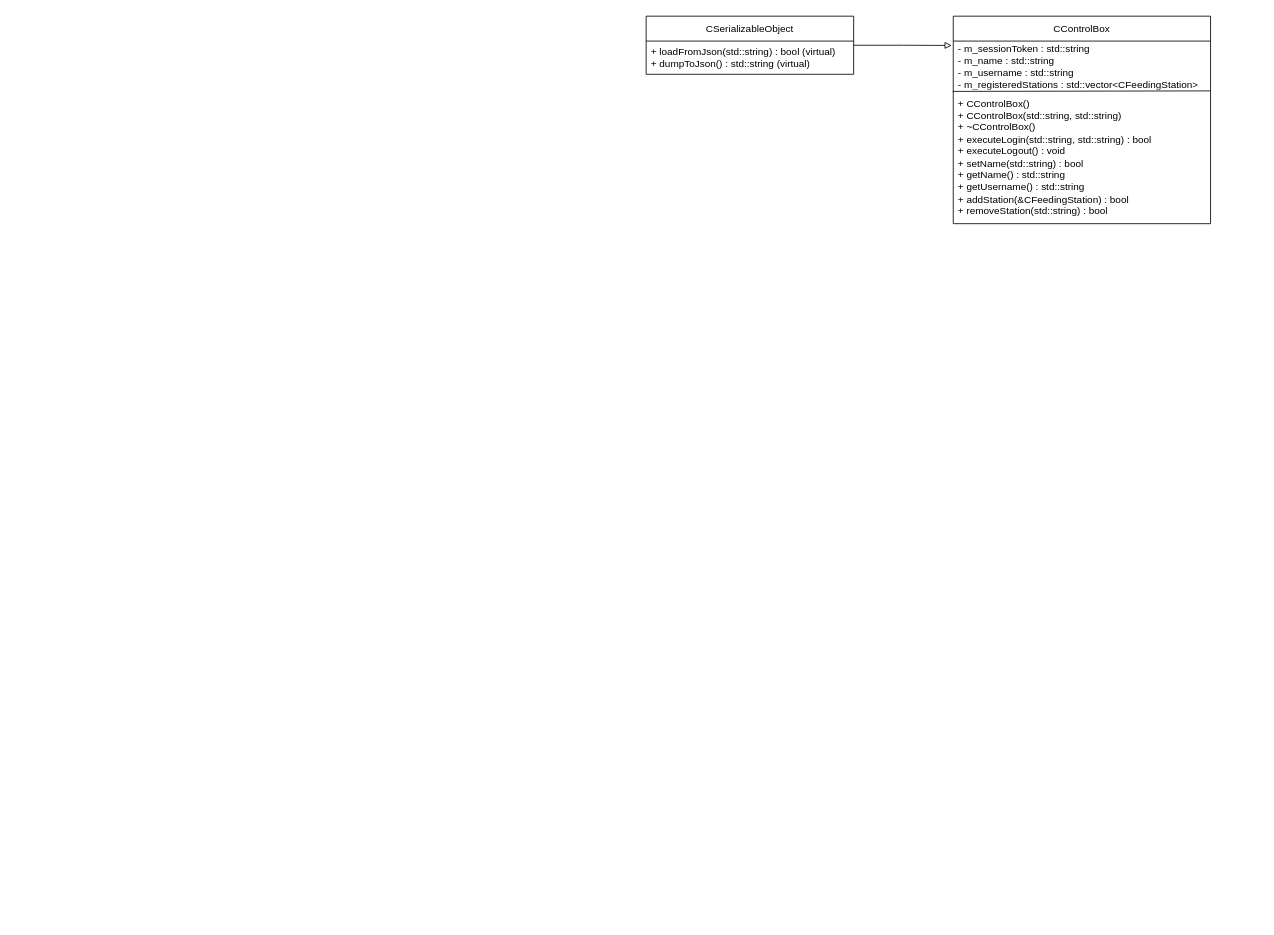
Before: page "Page-1" (1 of 3) of Spec/ClassDiagram.drawio in Ner027/MooFeeder, a draw.io diagram. Source tidied: cells renumbered, new cells numbered last; positions are measured from the earlier drawing's top-left corner, leaving out a move shared by most shapes. Both pictures are drawn from the tidied source at 83%, with x=0, y=0 at pixel (646, 16).
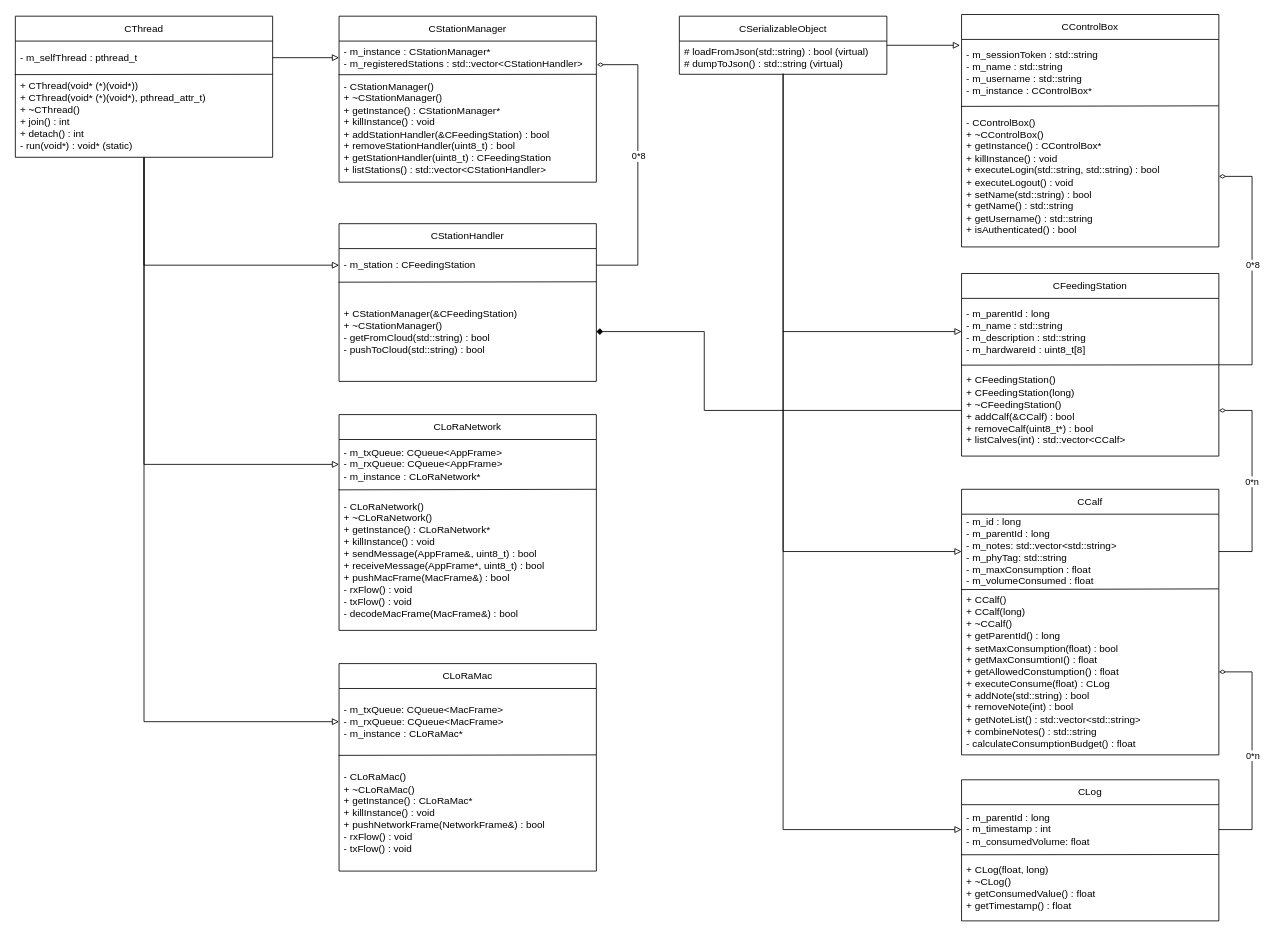
Above is the later version.

Change to the diagram source:
```diff
@@
+    <mxCell id="9" style="edgeStyle=orthogonalEdgeStyle;rounded=0;jettySize=auto;html=1;entryX=0;entryY=0.5;entryDx=0;entryDy=0;endArrow=block;endFill=0;" parent="1" edge="1" target="22">
+      <mxGeometry relative="1" as="geometry">
+        <mxPoint x="165" y="69" as="sourcePoint" />
+        <Array as="points">
+          <mxPoint x="165" y="980" />
+        </Array>
+      </mxGeometry>
+    </mxCell>
+    <mxCell id="10" style="edgeStyle=orthogonalEdgeStyle;rounded=0;jettySize=auto;html=1;endArrow=block;endFill=0;entryX=0;entryY=0.5;entryDx=0;entryDy=0;" parent="1" edge="1" source="2" target="18">
+      <mxGeometry relative="1" as="geometry" />
+    </mxCell>
     <mxCell id="2" value="CSerializableObject" style="swimlane;fontStyle=0;horizontal=1;startSize=30;whiteSpace=wrap;html=1;" parent="1" vertex="1">
-      <mxGeometry width="250" height="70" as="geometry" />
+      <mxGeometry x="40" width="250" height="70" as="geometry" />
     </mxCell>
-    <mxCell id="3" value="+ loadFromJson(std::string) : bool (virtual)&lt;br&gt;+ dumpToJson() : std::string (virtual)" style="text;strokeColor=none;fillColor=none;align=left;verticalAlign=middle;spacingLeft=4;spacingRight=4;overflow=hidden;whiteSpace=wrap;html=1;" parent="2" vertex="1">
+    <mxCell id="3" value="# loadFromJson(std::string) : bool (virtual)&lt;br&gt;# dumpToJson() : std::string (virtual)" style="text;strokeColor=none;fillColor=none;align=left;verticalAlign=middle;spacingLeft=4;spacingRight=4;overflow=hidden;whiteSpace=wrap;html=1;" parent="2" vertex="1">
       <mxGeometry y="30" width="250" height="40" as="geometry" />
     </mxCell>
     <mxCell id="4" value="CControlBox" style="swimlane;fontStyle=0;horizontal=1;startSize=30;whiteSpace=wrap;html=1;" parent="1" vertex="1">
-      <mxGeometry x="370" width="310" height="250" as="geometry" />
+      <mxGeometry x="380" y="-2" width="310" height="280" as="geometry" />
     </mxCell>
-    <mxCell id="5" value="- m_sessionToken : std::string&lt;br&gt;- m_name : std::string&lt;br&gt;- m_username : std::string&lt;br&gt;- m_registeredStations : std::vector&amp;lt;CFeedingStation&amp;gt;" style="text;strokeColor=none;fillColor=none;align=left;verticalAlign=middle;spacingLeft=4;spacingRight=4;overflow=hidden;points=[[0,0.5],[1,0.5]];portConstraint=eastwest;whiteSpace=wrap;html=1;" parent="4" vertex="1">
-      <mxGeometry y="30" width="310" height="60" as="geometry" />
+    <mxCell id="5" value="- m_sessionToken : std::string&lt;br&gt;- m_name : std::string&lt;br&gt;- m_username : std::string&lt;br&gt;- m_instance : CControlBox*" style="text;strokeColor=none;fillColor=none;align=left;verticalAlign=middle;spacingLeft=4;spacingRight=4;overflow=hidden;points=[[0,0.5],[1,0.5]];portConstraint=eastwest;whiteSpace=wrap;html=1;" parent="4" vertex="1">
+      <mxGeometry y="30" width="310" height="80" as="geometry" />
     </mxCell>
-    <mxCell id="6" value="+ CControlBox()&lt;br&gt;+ CControlBox(std::string, std::string)&lt;br&gt;+ ~CControlBox()&lt;br&gt;+ executeLogin(std::string, std::string) : bool&lt;br&gt;+ executeLogout() : void&lt;br&gt;+ setName(std::string) : bool&lt;br&gt;+ getName() : std::string&lt;br&gt;+ getUsername() : std::string&lt;br&gt;+ addStation(&amp;amp;CFeedingStation) : bool&lt;br&gt;+ removeStation(std::string) : bool" style="text;strokeColor=none;fillColor=none;align=left;verticalAlign=middle;spacingLeft=4;spacingRight=4;overflow=hidden;points=[[0,0.5],[1,0.5]];portConstraint=eastwest;whiteSpace=wrap;html=1;" parent="4" vertex="1">
-      <mxGeometry y="90" width="310" height="160" as="geometry" />
+    <mxCell id="6" value="- CControlBox()&lt;br&gt;+ ~CControlBox()&lt;br&gt;+ getInstance() : CControlBox*&lt;br&gt;+ killInstance() : void&lt;br&gt;+ executeLogin(std::string, std::string) : bool&lt;br&gt;+ executeLogout() : void&lt;br&gt;+ setName(std::string) : bool&lt;br&gt;+ getName() : std::string&lt;br&gt;+ getUsername() : std::string&lt;br&gt;+ isAuthenticated() : bool" style="text;strokeColor=none;fillColor=none;align=left;verticalAlign=middle;spacingLeft=4;spacingRight=4;overflow=hidden;points=[[0,0.5],[1,0.5]];portConstraint=eastwest;whiteSpace=wrap;html=1;" parent="4" vertex="1">
+      <mxGeometry y="110" width="310" height="170" as="geometry" />
     </mxCell>
@@
+    <mxCell id="11" style="edgeStyle=orthogonalEdgeStyle;rounded=0;jettySize=auto;html=1;endArrow=diamondThin;endFill=0;" parent="1" edge="1" source="13" target="6">
+      <mxGeometry relative="1" as="geometry">
+        <Array as="points">
+          <mxPoint x="730" y="420" />
+          <mxPoint x="730" y="193" />
+        </Array>
+      </mxGeometry>
+    </mxCell>
+    <mxCell id="12" value="0*8" style="edgeLabel;html=1;align=center;verticalAlign=middle;" parent="11" vertex="1">
+      <mxGeometry x="0.12" y="-4" relative="1" as="geometry">
+        <mxPoint x="-4" y="11" as="offset" />
+      </mxGeometry>
+    </mxCell>
+    <mxCell id="13" value="CFeedingStation" style="swimlane;fontStyle=0;horizontal=1;startSize=30;whiteSpace=wrap;html=1;" parent="1" vertex="1">
+      <mxGeometry x="380" y="310" width="310" height="220" as="geometry" />
+    </mxCell>
+    <mxCell id="14" value="- m_parentId : long&lt;br&gt;- m_name : std::string&lt;br&gt;- m_description : std::string&lt;br&gt;- m_hardwareId : uint8_t[8]" style="text;strokeColor=none;fillColor=none;align=left;verticalAlign=middle;spacingLeft=4;spacingRight=4;overflow=hidden;points=[[0,0.5],[1,0.5]];portConstraint=eastwest;whiteSpace=wrap;html=1;" parent="13" vertex="1">
+      <mxGeometry y="30" width="310" height="80" as="geometry" />
+    </mxCell>
+    <mxCell id="15" style="endArrow=none;html=1;rounded=0;exitX=-0.002;exitY=0.004;exitDx=0;exitDy=0;exitPerimeter=0;entryX=0.999;entryY=0;entryDx=0;entryDy=0;entryPerimeter=0;" parent="13" edge="1" source="16" target="16">
+      <mxGeometry relative="1" as="geometry" />
+    </mxCell>
+    <mxCell id="16" value="+ CFeedingStation()&lt;br&gt;+ CFeedingStation(long)&lt;br style=&quot;border-color: var(--border-color);&quot;&gt;+ ~CFeedingStation()&lt;br&gt;+ addCalf(&amp;amp;CCalf) : bool&lt;br&gt;+ removeCalf(uint8_t*) : bool&lt;br&gt;+ listCalves(int) : std::vector&amp;lt;CCalf&amp;gt;" style="text;strokeColor=none;fillColor=none;align=left;verticalAlign=middle;spacingLeft=4;spacingRight=4;overflow=hidden;points=[[0,0.5],[1,0.5]];portConstraint=eastwest;whiteSpace=wrap;html=1;" parent="13" vertex="1">
+      <mxGeometry y="110" width="310" height="110" as="geometry" />
+    </mxCell>
+    <mxCell id="17" value="CCalf" style="swimlane;fontStyle=0;horizontal=1;startSize=30;whiteSpace=wrap;html=1;" parent="1" vertex="1">
+      <mxGeometry x="380" y="570" width="310" height="320" as="geometry" />
+    </mxCell>
+    <mxCell id="18" value="- m_id : long&lt;br&gt;- m_parentId : long&lt;br&gt;- m_notes: std::vector&amp;lt;std::string&amp;gt;&lt;br&gt;- m_phyTag: std::string&lt;br&gt;- m_maxConsumption : float&lt;br&gt;- m_volumeConsumed : float" style="text;strokeColor=none;fillColor=none;align=left;verticalAlign=middle;spacingLeft=4;spacingRight=4;overflow=hidden;points=[[0,0.5],[1,0.5]];portConstraint=eastwest;whiteSpace=wrap;html=1;" parent="17" vertex="1">
+      <mxGeometry y="30" width="310" height="90" as="geometry" />
+    </mxCell>
+    <mxCell id="19" value="+ CCalf()&lt;br&gt;+ CCalf(long)&lt;br style=&quot;border-color: var(--border-color);&quot;&gt;+ ~CCalf()&lt;br&gt;+ getParentId() : long&lt;br&gt;+ setMaxConsumption(float) : bool&lt;br&gt;+ getMaxConsumtionI() : float&lt;br&gt;+ getAllowedConstumption() : float&lt;br&gt;+ executeConsume(float) : CLog&amp;nbsp;&lt;br&gt;+ addNote(std::string) : bool&lt;br&gt;+ removeNote(int) : bool&lt;br&gt;+ getNoteList() : std::vector&amp;lt;std::string&amp;gt;&lt;br&gt;+ combineNotes() : std::string&lt;br&gt;- calculateConsumptionBudget() : float" style="text;strokeColor=none;fillColor=none;align=left;verticalAlign=middle;spacingLeft=4;spacingRight=4;overflow=hidden;points=[[0,0.5],[1,0.5]];portConstraint=eastwest;whiteSpace=wrap;html=1;" parent="17" vertex="1">
+      <mxGeometry y="120" width="310" height="200" as="geometry" />
+    </mxCell>
+    <mxCell id="20" style="endArrow=none;html=1;rounded=0;exitX=-0.002;exitY=0.004;exitDx=0;exitDy=0;exitPerimeter=0;entryX=0.999;entryY=0;entryDx=0;entryDy=0;entryPerimeter=0;" parent="17" edge="1" source="19" target="19">
+      <mxGeometry relative="1" as="geometry" />
+    </mxCell>
+    <mxCell id="21" value="CLog" style="swimlane;fontStyle=0;horizontal=1;startSize=30;whiteSpace=wrap;html=1;" parent="1" vertex="1">
+      <mxGeometry x="380" y="920" width="310" height="170" as="geometry" />
+    </mxCell>
+    <mxCell id="22" value="- m_parentId : long&lt;br&gt;- m_timestamp : int&lt;br&gt;- m_consumedVolume: float" style="text;strokeColor=none;fillColor=none;align=left;verticalAlign=middle;spacingLeft=4;spacingRight=4;overflow=hidden;points=[[0,0.5],[1,0.5]];portConstraint=eastwest;whiteSpace=wrap;html=1;" parent="21" vertex="1">
+      <mxGeometry y="30" width="310" height="60" as="geometry" />
+    </mxCell>
+    <mxCell id="23" value="+ CLog(float, long)&lt;br&gt;+ ~CLog()&lt;br&gt;+ getConsumedValue() : float&lt;br&gt;+ getTimestamp() : float" style="text;strokeColor=none;fillColor=none;align=left;verticalAlign=middle;spacingLeft=4;spacingRight=4;overflow=hidden;points=[[0,0.5],[1,0.5]];portConstraint=eastwest;whiteSpace=wrap;html=1;" parent="21" vertex="1">
+      <mxGeometry y="90" width="310" height="80" as="geometry" />
+    </mxCell>
+    <mxCell id="24" style="endArrow=none;html=1;rounded=0;exitX=-0.002;exitY=0.004;exitDx=0;exitDy=0;exitPerimeter=0;entryX=0.999;entryY=0;entryDx=0;entryDy=0;entryPerimeter=0;" parent="21" edge="1" source="23" target="23">
+      <mxGeometry relative="1" as="geometry" />
+    </mxCell>
+    <mxCell id="25" style="endArrow=block;html=1;rounded=0;entryX=0;entryY=0.5;entryDx=0;entryDy=0;endFill=0;" parent="1" edge="1" target="14">
+      <mxGeometry relative="1" as="geometry">
+        <mxPoint x="165" y="380" as="sourcePoint" />
+      </mxGeometry>
+    </mxCell>
+    <mxCell id="26" style="edgeStyle=orthogonalEdgeStyle;rounded=0;jettySize=auto;html=1;entryX=1;entryY=0.5;entryDx=0;entryDy=0;endArrow=diamondThin;endFill=0;" parent="1" edge="1" source="18" target="16">
+      <mxGeometry relative="1" as="geometry">
+        <Array as="points">
+          <mxPoint x="730" y="645" />
+          <mxPoint x="730" y="475" />
+        </Array>
+      </mxGeometry>
+    </mxCell>
+    <mxCell id="27" value="0*n" style="edgeLabel;html=1;align=center;verticalAlign=middle;" parent="26" vertex="1">
+      <mxGeometry x="0.08" y="1" relative="1" as="geometry">
+        <mxPoint y="10" as="offset" />
+      </mxGeometry>
+    </mxCell>
+    <mxCell id="28" style="edgeStyle=orthogonalEdgeStyle;rounded=0;jettySize=auto;html=1;entryX=1;entryY=0.5;entryDx=0;entryDy=0;endArrow=diamondThin;endFill=0;" parent="1" edge="1" source="22" target="19">
+      <mxGeometry relative="1" as="geometry">
+        <Array as="points">
+          <mxPoint x="730" y="980" />
+          <mxPoint x="730" y="790" />
+        </Array>
+      </mxGeometry>
+    </mxCell>
+    <mxCell id="29" value="0*n" style="edgeLabel;html=1;align=center;verticalAlign=middle;" parent="28" vertex="1">
+      <mxGeometry x="-0.04" relative="1" as="geometry" />
+    </mxCell>
+    <mxCell id="30" style="edgeStyle=orthogonalEdgeStyle;rounded=0;jettySize=auto;html=1;endArrow=block;endFill=0;" parent="1" edge="1" source="33" target="49">
+      <mxGeometry relative="1" as="geometry" />
+    </mxCell>
+    <mxCell id="31" style="edgeStyle=orthogonalEdgeStyle;rounded=0;jettySize=auto;html=1;entryX=0;entryY=0.5;entryDx=0;entryDy=0;endArrow=block;endFill=0;" parent="1" edge="1" source="33" target="43">
+      <mxGeometry relative="1" as="geometry" />
+    </mxCell>
+    <mxCell id="32" style="edgeStyle=orthogonalEdgeStyle;rounded=0;jettySize=auto;html=1;entryX=0;entryY=0.5;entryDx=0;entryDy=0;endArrow=block;endFill=0;" parent="1" edge="1" source="33" target="53">
+      <mxGeometry relative="1" as="geometry" />
+    </mxCell>
+    <mxCell id="33" value="CThread" style="swimlane;fontStyle=0;horizontal=1;startSize=30;whiteSpace=wrap;html=1;" parent="1" vertex="1">
+      <mxGeometry x="-760" width="310" height="170" as="geometry" />
+    </mxCell>
+    <mxCell id="34" value="- m_selfThread : pthread_t" style="text;strokeColor=none;fillColor=none;align=left;verticalAlign=middle;spacingLeft=4;spacingRight=4;overflow=hidden;points=[[0,0.5],[1,0.5]];portConstraint=eastwest;whiteSpace=wrap;html=1;" parent="33" vertex="1">
+      <mxGeometry y="30" width="310" height="40" as="geometry" />
+    </mxCell>
+    <mxCell id="35" value="+ CThread(void* (*)(void*))&lt;br&gt;+ CThread(void* (*)(void*), pthread_attr_t)&lt;br style=&quot;border-color: var(--border-color);&quot;&gt;+ ~CThread()&lt;br&gt;+ join() : int&lt;br&gt;+ detach() : int&lt;br&gt;- run(void*) : void* (static)" style="text;strokeColor=none;fillColor=none;align=left;verticalAlign=middle;spacingLeft=4;spacingRight=4;overflow=hidden;points=[[0,0.5],[1,0.5]];portConstraint=eastwest;whiteSpace=wrap;html=1;" parent="33" vertex="1">
+      <mxGeometry y="70" width="310" height="100" as="geometry" />
+    </mxCell>
+    <mxCell id="36" style="endArrow=none;html=1;rounded=0;exitX=-0.002;exitY=0.004;exitDx=0;exitDy=0;exitPerimeter=0;entryX=0.999;entryY=0;entryDx=0;entryDy=0;entryPerimeter=0;" parent="33" edge="1" source="35" target="35">
+      <mxGeometry relative="1" as="geometry" />
+    </mxCell>
+    <mxCell id="37" value="CStationManager" style="swimlane;fontStyle=0;horizontal=1;startSize=30;whiteSpace=wrap;html=1;" parent="1" vertex="1">
+      <mxGeometry x="-370" width="310" height="200" as="geometry" />
+    </mxCell>
+    <mxCell id="38" value="- m_instance : CStationManager*&lt;br&gt;- m_registeredStations : std::vector&amp;lt;CStationHandler&amp;gt;" style="text;strokeColor=none;fillColor=none;align=left;verticalAlign=middle;spacingLeft=4;spacingRight=4;overflow=hidden;points=[[0,0.5],[1,0.5]];portConstraint=eastwest;whiteSpace=wrap;html=1;" parent="37" vertex="1">
+      <mxGeometry y="30" width="310" height="40" as="geometry" />
+    </mxCell>
+    <mxCell id="39" value="- CStationManager()&lt;br&gt;+ ~CStationManager()&lt;br&gt;+ getInstance() : CStationManager*&lt;br&gt;+ killInstance() : void&lt;br&gt;+ addStationHandler(&amp;amp;CFeedingStation) : bool&lt;br&gt;+ removeStationHandler(uint8_t) : bool&lt;br&gt;+ getStationHandler(uint8_t) : CFeedingStation&lt;br&gt;+ listStations() : std::vector&amp;lt;CStationHandler&amp;gt;" style="text;strokeColor=none;fillColor=none;align=left;verticalAlign=middle;spacingLeft=4;spacingRight=4;overflow=hidden;points=[[0,0.5],[1,0.5]];portConstraint=eastwest;whiteSpace=wrap;html=1;" parent="37" vertex="1">
+      <mxGeometry y="70" width="310" height="130" as="geometry" />
+    </mxCell>
+    <mxCell id="40" style="endArrow=none;html=1;rounded=0;exitX=-0.002;exitY=0.004;exitDx=0;exitDy=0;exitPerimeter=0;entryX=0.999;entryY=0;entryDx=0;entryDy=0;entryPerimeter=0;" parent="37" edge="1" source="39" target="39">
+      <mxGeometry relative="1" as="geometry" />
+    </mxCell>
+    <mxCell id="41" style="edgeStyle=orthogonalEdgeStyle;rounded=0;jettySize=auto;html=1;entryX=0;entryY=0.5;entryDx=0;entryDy=0;endArrow=block;endFill=0;" parent="1" edge="1" source="34" target="38">
+      <mxGeometry relative="1" as="geometry" />
+    </mxCell>
+    <mxCell id="42" value="CStationHandler" style="swimlane;fontStyle=0;horizontal=1;startSize=30;whiteSpace=wrap;html=1;" parent="1" vertex="1">
+      <mxGeometry x="-370" y="250" width="310" height="190" as="geometry" />
+    </mxCell>
+    <mxCell id="43" value="- m_station : CFeedingStation&lt;br&gt;" style="text;strokeColor=none;fillColor=none;align=left;verticalAlign=middle;spacingLeft=4;spacingRight=4;overflow=hidden;points=[[0,0.5],[1,0.5]];portConstraint=eastwest;whiteSpace=wrap;html=1;" parent="42" vertex="1">
+      <mxGeometry y="30" width="310" height="40" as="geometry" />
+    </mxCell>
+    <mxCell id="44" value="+ CStationManager(&amp;amp;CFeedingStation)&lt;br&gt;+ ~CStationManager()&lt;br&gt;- getFromCloud(std::string) : bool&lt;br&gt;- pushToCloud(std::string) : bool" style="text;strokeColor=none;fillColor=none;align=left;verticalAlign=middle;spacingLeft=4;spacingRight=4;overflow=hidden;points=[[0,0.5],[1,0.5]];portConstraint=eastwest;whiteSpace=wrap;html=1;" parent="42" vertex="1">
+      <mxGeometry y="70" width="310" height="120" as="geometry" />
+    </mxCell>
+    <mxCell id="45" style="endArrow=none;html=1;rounded=0;exitX=-0.002;exitY=0.004;exitDx=0;exitDy=0;exitPerimeter=0;entryX=0.999;entryY=0;entryDx=0;entryDy=0;entryPerimeter=0;" parent="42" edge="1" source="44" target="44">
+      <mxGeometry relative="1" as="geometry" />
+    </mxCell>
+    <mxCell id="46" style="edgeStyle=orthogonalEdgeStyle;rounded=0;jettySize=auto;html=1;entryX=1.002;entryY=0.711;entryDx=0;entryDy=0;entryPerimeter=0;endArrow=diamondThin;endFill=0;" parent="1" edge="1" source="43" target="38">
+      <mxGeometry relative="1" as="geometry">
+        <Array as="points">
+          <mxPoint x="-10" y="300" />
+          <mxPoint x="-10" y="58" />
+        </Array>
+      </mxGeometry>
+    </mxCell>
+    <mxCell id="47" value="0*8" style="edgeLabel;html=1;align=center;verticalAlign=middle;" parent="46" vertex="1">
+      <mxGeometry x="0.07" relative="1" as="geometry" />
+    </mxCell>
+    <mxCell id="48" value="CLoRaNetwork" style="swimlane;fontStyle=0;horizontal=1;startSize=30;whiteSpace=wrap;html=1;" parent="1" vertex="1">
+      <mxGeometry x="-370" y="480" width="310" height="260" as="geometry" />
+    </mxCell>
+    <mxCell id="49" value="- m_txQueue: CQueue&amp;lt;AppFrame&amp;gt;&lt;br&gt;- m_rxQueue: CQueue&amp;lt;AppFrame&amp;gt;&lt;br&gt;- m_instance : CLoRaNetwork*" style="text;strokeColor=none;fillColor=none;align=left;verticalAlign=middle;spacingLeft=4;spacingRight=4;overflow=hidden;points=[[0,0.5],[1,0.5]];portConstraint=eastwest;whiteSpace=wrap;html=1;" parent="48" vertex="1">
+      <mxGeometry y="30" width="310" height="60" as="geometry" />
+    </mxCell>
+    <mxCell id="50" value="- CLoRaNetwork()&lt;br&gt;+ ~CLoRaNetwork()&lt;br&gt;+ getInstance() : CLoRaNetwork*&lt;br&gt;+ killInstance() : void&lt;br&gt;+ sendMessage(AppFrame&amp;amp;, uint8_t) : bool&lt;br&gt;+ receiveMessage(AppFrame*, uint8_t) : bool&lt;br&gt;+ pushMacFrame(MacFrame&amp;amp;) : bool&lt;br&gt;- rxFlow() : void&lt;br&gt;- txFlow() : void&lt;br&gt;- decodeMacFrame(MacFrame&amp;amp;) : bool" style="text;strokeColor=none;fillColor=none;align=left;verticalAlign=middle;spacingLeft=4;spacingRight=4;overflow=hidden;points=[[0,0.5],[1,0.5]];portConstraint=eastwest;whiteSpace=wrap;html=1;" parent="48" vertex="1">
+      <mxGeometry y="90" width="310" height="170" as="geometry" />
+    </mxCell>
+    <mxCell id="51" style="endArrow=none;html=1;rounded=0;exitX=-0.002;exitY=0.004;exitDx=0;exitDy=0;exitPerimeter=0;entryX=0.999;entryY=0;entryDx=0;entryDy=0;entryPerimeter=0;" parent="48" edge="1" source="50" target="50">
+      <mxGeometry relative="1" as="geometry" />
+    </mxCell>
+    <mxCell id="52" value="CLoRaMac" style="swimlane;fontStyle=0;horizontal=1;startSize=30;whiteSpace=wrap;html=1;" parent="1" vertex="1">
+      <mxGeometry x="-370" y="780" width="310" height="250" as="geometry" />
+    </mxCell>
+    <mxCell id="53" value="- m_txQueue: CQueue&amp;lt;MacFrame&amp;gt;&lt;br&gt;- m_rxQueue: CQueue&amp;lt;MacFrame&amp;gt;&lt;br&gt;- m_instance : CLoRaMac*" style="text;strokeColor=none;fillColor=none;align=left;verticalAlign=middle;spacingLeft=4;spacingRight=4;overflow=hidden;points=[[0,0.5],[1,0.5]];portConstraint=eastwest;whiteSpace=wrap;html=1;" parent="52" vertex="1">
+      <mxGeometry y="30" width="310" height="80" as="geometry" />
+    </mxCell>
+    <mxCell id="54" value="- CLoRaMac()&lt;br&gt;+ ~CLoRaMac()&lt;br&gt;+ getInstance() : CLoRaMac*&lt;br&gt;+ killInstance() : void&lt;br&gt;+ pushNetworkFrame(NetworkFrame&amp;amp;) : bool&lt;br&gt;- rxFlow() : void&lt;br&gt;- txFlow() : void" style="text;strokeColor=none;fillColor=none;align=left;verticalAlign=middle;spacingLeft=4;spacingRight=4;overflow=hidden;points=[[0,0.5],[1,0.5]];portConstraint=eastwest;whiteSpace=wrap;html=1;" parent="52" vertex="1">
+      <mxGeometry y="110" width="310" height="140" as="geometry" />
+    </mxCell>
+    <mxCell id="55" style="endArrow=none;html=1;rounded=0;exitX=-0.002;exitY=0.004;exitDx=0;exitDy=0;exitPerimeter=0;entryX=0.999;entryY=0;entryDx=0;entryDy=0;entryPerimeter=0;" parent="52" edge="1" source="54" target="54">
+      <mxGeometry relative="1" as="geometry" />
+    </mxCell>
+    <mxCell id="56" style="edgeStyle=orthogonalEdgeStyle;rounded=0;jettySize=auto;html=1;entryX=1;entryY=0.5;entryDx=0;entryDy=0;endArrow=diamond;endFill=1;" parent="1" edge="1" source="16" target="44">
+      <mxGeometry relative="1" as="geometry">
+        <Array as="points">
+          <mxPoint x="70" y="475" />
+          <mxPoint x="70" y="380" />
+        </Array>
+      </mxGeometry>
+    </mxCell>
```
